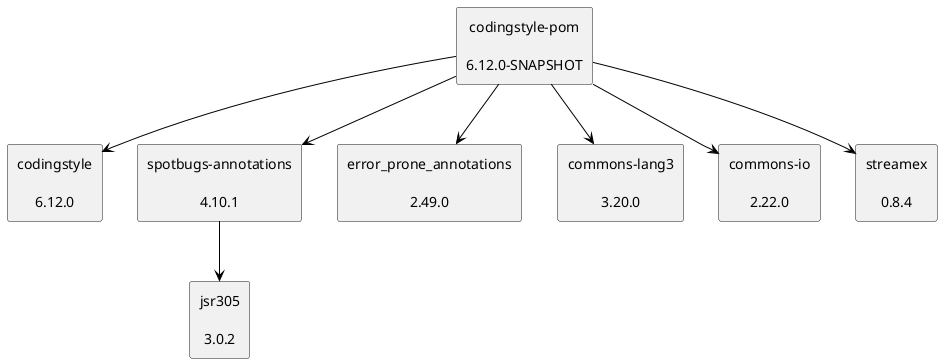
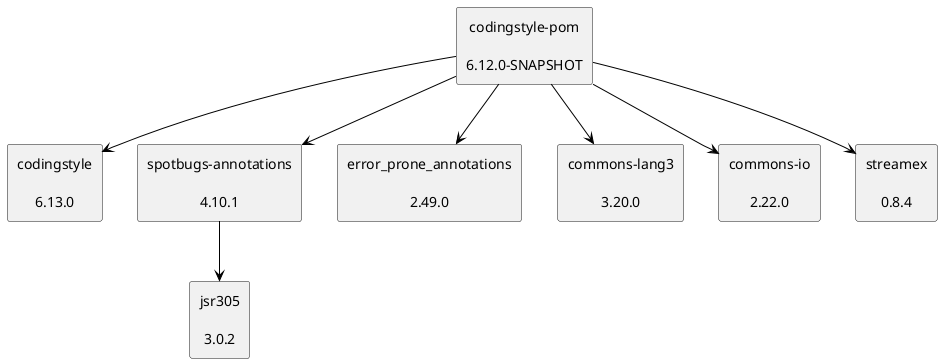
@startuml
skinparam defaultTextAlignment center
skinparam rectangle {
  BackgroundColor<<optional>> beige
  BackgroundColor<<test>> lightGreen
  BackgroundColor<<runtime>> lightBlue
  BackgroundColor<<provided>> lightGray
}
rectangle "codingstyle-pom\n\n6.12.0-SNAPSHOT" as edu_hm_hafner_codingstyle_pom_pom
- rectangle "codingstyle\n\n6.12.0" as edu_hm_hafner_codingstyle_jar
+ rectangle "codingstyle\n\n6.13.0" as edu_hm_hafner_codingstyle_jar
rectangle "spotbugs-annotations\n\n4.10.1" as com_github_spotbugs_spotbugs_annotations_jar
rectangle "jsr305\n\n3.0.2" as com_google_code_findbugs_jsr305_jar
rectangle "error_prone_annotations\n\n2.49.0" as com_google_errorprone_error_prone_annotations_jar
rectangle "commons-lang3\n\n3.20.0" as org_apache_commons_commons_lang3_jar
rectangle "commons-io\n\n2.22.0" as commons_io_commons_io_jar
rectangle "streamex\n\n0.8.4" as one_util_streamex_jar
edu_hm_hafner_codingstyle_pom_pom -[#000000]-> edu_hm_hafner_codingstyle_jar
com_github_spotbugs_spotbugs_annotations_jar -[#000000]-> com_google_code_findbugs_jsr305_jar
edu_hm_hafner_codingstyle_pom_pom -[#000000]-> com_github_spotbugs_spotbugs_annotations_jar
edu_hm_hafner_codingstyle_pom_pom -[#000000]-> com_google_errorprone_error_prone_annotations_jar
edu_hm_hafner_codingstyle_pom_pom -[#000000]-> org_apache_commons_commons_lang3_jar
edu_hm_hafner_codingstyle_pom_pom -[#000000]-> commons_io_commons_io_jar
edu_hm_hafner_codingstyle_pom_pom -[#000000]-> one_util_streamex_jar
@enduml